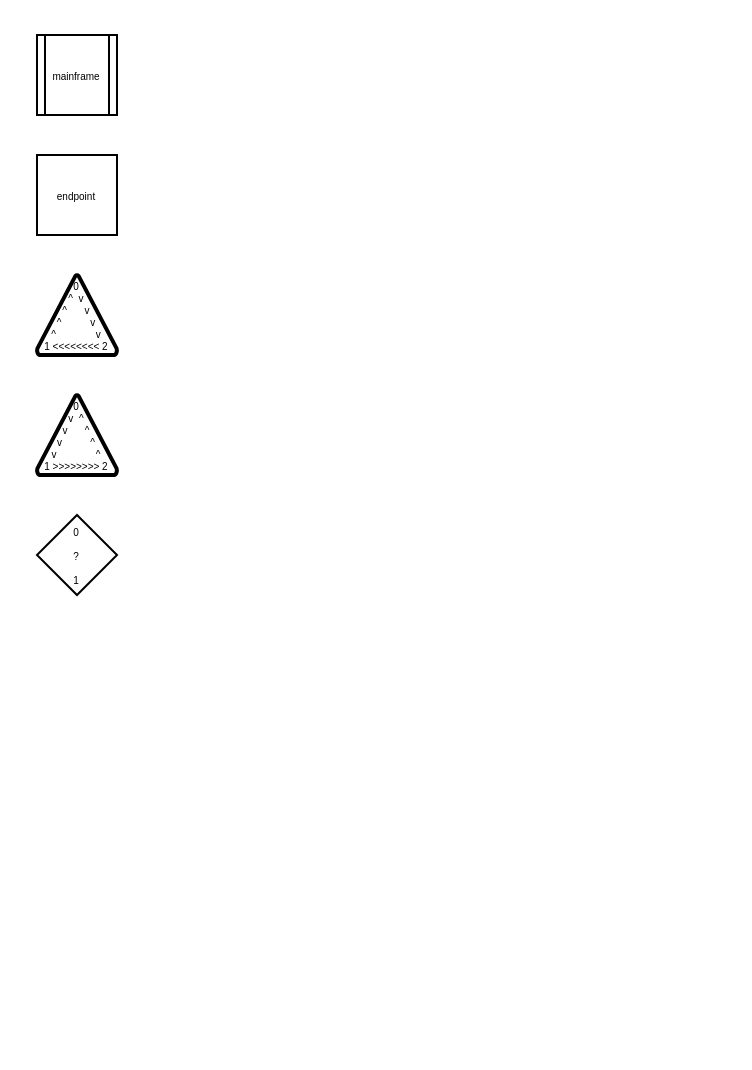
Above: tunnet_network.drawio in zgrow/misc_bucket (draw.io), before the change. Source tidied: cells renumbered, new cells numbered last; positions are measured from the earlier drawing's top-left corner, leaving out a move shared by most shapes. Both pictures are drawn from the tidied source at 200%, with x=0, y=0 at pixel (36, 34).
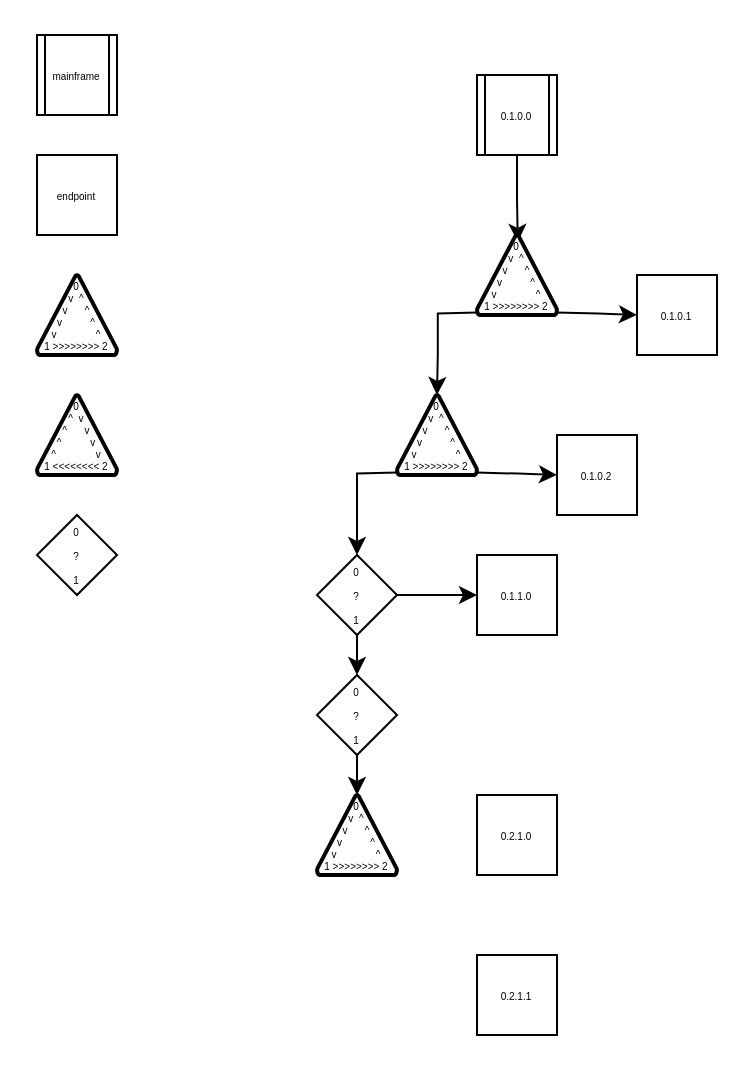
After the change.

What changed in the source:
```diff
@@
     <mxCell id="2" value="&lt;div&gt;0&lt;/div&gt;&lt;div&gt;^&amp;nbsp; v&lt;br&gt;&lt;/div&gt;&lt;div&gt;^&lt;span style=&quot;white-space: pre;&quot;&gt;&#9;&lt;/span&gt;v&lt;/div&gt;&lt;div&gt;^&lt;span style=&quot;white-space: pre;&quot;&gt;&#9;    &lt;/span&gt;v&lt;/div&gt;&lt;div&gt;^&lt;span style=&quot;white-space: pre;&quot;&gt;&#9;&lt;/span&gt;&lt;span style=&quot;white-space: pre;&quot;&gt;&#9;&lt;/span&gt;v&lt;br&gt;&lt;/div&gt;&lt;div&gt;1 &amp;lt;&amp;lt;&amp;lt;&amp;lt;&amp;lt;&amp;lt;&amp;lt;&amp;lt; 2&lt;br&gt;&lt;/div&gt;" style="strokeWidth=2;html=1;shape=mxgraph.flowchart.extract_or_measurement;whiteSpace=wrap;fontSize=5;" parent="1" vertex="1">
-      <mxGeometry y="120" width="40" height="40" as="geometry" />
+      <mxGeometry y="180" width="40" height="40" as="geometry" />
     </mxCell>
     <mxCell id="3" value="&lt;div&gt;0&lt;/div&gt;&lt;div&gt;v&amp;nbsp; ^&lt;br&gt;&lt;/div&gt;&lt;div&gt;v&lt;span style=&quot;white-space: pre;&quot;&gt;&#9;&lt;/span&gt;^&lt;/div&gt;&lt;div&gt;v&lt;span style=&quot;white-space: pre;&quot;&gt;&#9;    &lt;/span&gt;^&lt;/div&gt;&lt;div&gt;v&lt;span style=&quot;white-space: pre;&quot;&gt;&#9;&lt;/span&gt;&lt;span style=&quot;white-space: pre;&quot;&gt;&#9;&lt;/span&gt;^&lt;br&gt;&lt;/div&gt;&lt;div&gt;1 &amp;gt;&amp;gt;&amp;gt;&amp;gt;&amp;gt;&amp;gt;&amp;gt;&amp;gt; 2&lt;br&gt;&lt;/div&gt;" style="strokeWidth=2;html=1;shape=mxgraph.flowchart.extract_or_measurement;whiteSpace=wrap;fontSize=5;" parent="1" vertex="1">
-      <mxGeometry y="180" width="40" height="40" as="geometry" />
+      <mxGeometry y="120" width="40" height="40" as="geometry" />
     </mxCell>
@@
-    <mxCell id="5" value="endpoint" style="whiteSpace=wrap;html=1;fontSize=5;" parent="1" vertex="1">
-      <mxGeometry y="60" width="40" height="40" as="geometry" />
+    <mxCell id="5" value="0.1.1.0" style="whiteSpace=wrap;html=1;fontSize=5;" parent="1" vertex="1">
+      <mxGeometry x="220" y="260" width="40" height="40" as="geometry" />
     </mxCell>
-    <mxCell id="6" value="mainframe" style="shape=process;whiteSpace=wrap;html=1;backgroundOutline=1;fontSize=5;" parent="1" vertex="1">
-      <mxGeometry width="40" height="40" as="geometry" />
+    <mxCell id="6" value="0.1.0.0" style="shape=process;whiteSpace=wrap;html=1;backgroundOutline=1;fontSize=5;" parent="1" vertex="1">
+      <mxGeometry x="220" y="20" width="40" height="40" as="geometry" />
     </mxCell>
+    <mxCell id="7" value="0.1.0.2" style="whiteSpace=wrap;html=1;fontSize=5;" parent="1" vertex="1">
+      <mxGeometry x="260" y="200" width="40" height="40" as="geometry" />
+    </mxCell>
+    <mxCell id="8" value="0.1.0.1" style="whiteSpace=wrap;html=1;fontSize=5;" parent="1" vertex="1">
+      <mxGeometry x="300" y="120" width="40" height="40" as="geometry" />
+    </mxCell>
+    <mxCell id="9" value="0.2.1.0" style="whiteSpace=wrap;html=1;fontSize=5;" parent="1" vertex="1">
+      <mxGeometry x="220" y="380" width="40" height="40" as="geometry" />
+    </mxCell>
+    <mxCell id="10" value="0.2.1.1" style="whiteSpace=wrap;html=1;fontSize=5;" parent="1" vertex="1">
+      <mxGeometry x="220" y="460" width="40" height="40" as="geometry" />
+    </mxCell>
+    <mxCell id="11" value="endpoint" style="whiteSpace=wrap;html=1;fontSize=5;" parent="1" vertex="1">
+      <mxGeometry y="60" width="40" height="40" as="geometry" />
+    </mxCell>
+    <mxCell id="12" value="mainframe" style="shape=process;whiteSpace=wrap;html=1;backgroundOutline=1;fontSize=5;" parent="1" vertex="1">
+      <mxGeometry width="40" height="40" as="geometry" />
+    </mxCell>
+    <mxCell id="13" style="edgeStyle=orthogonalEdgeStyle;rounded=0;jettySize=auto;html=1;exitX=0.99;exitY=0.97;exitDx=0;exitDy=0;exitPerimeter=0;" parent="1" edge="1" target="8">
+      <mxGeometry relative="1" as="geometry">
+        <mxPoint x="259.6" y="138.8" as="sourcePoint" />
+      </mxGeometry>
+    </mxCell>
+    <mxCell id="14" style="edgeStyle=orthogonalEdgeStyle;rounded=0;jettySize=auto;html=1;entryX=0.51;entryY=0.085;entryDx=0;entryDy=0;entryPerimeter=0;" parent="1" edge="1" source="6">
+      <mxGeometry relative="1" as="geometry">
+        <mxPoint x="240.4" y="103.4" as="targetPoint" />
+      </mxGeometry>
+    </mxCell>
+    <mxCell id="15" style="edgeStyle=orthogonalEdgeStyle;rounded=0;jettySize=auto;html=1;exitX=0.99;exitY=0.97;exitDx=0;exitDy=0;exitPerimeter=0;" parent="1" edge="1" target="7">
+      <mxGeometry relative="1" as="geometry">
+        <mxPoint x="219.6" y="218.8" as="sourcePoint" />
+      </mxGeometry>
+    </mxCell>
+    <mxCell id="16" style="edgeStyle=orthogonalEdgeStyle;rounded=0;jettySize=auto;html=1;exitX=0.01;exitY=0.97;exitDx=0;exitDy=0;exitPerimeter=0;entryX=0.5;entryY=0;entryDx=0;entryDy=0;" parent="1" edge="1" target="20">
+      <mxGeometry relative="1" as="geometry">
+        <mxPoint x="180.4" y="218.8" as="sourcePoint" />
+      </mxGeometry>
+    </mxCell>
+    <mxCell id="17" style="edgeStyle=orthogonalEdgeStyle;rounded=0;orthogonalLoop=1;jettySize=auto;html=1;exitX=0.01;exitY=0.97;exitDx=0;exitDy=0;exitPerimeter=0;entryX=0.5;entryY=0;entryDx=0;entryDy=0;entryPerimeter=0;" parent="1" edge="1">
+      <mxGeometry relative="1" as="geometry">
+        <mxPoint x="220.4" y="138.8" as="sourcePoint" />
+        <mxPoint x="200" y="180" as="targetPoint" />
+      </mxGeometry>
+    </mxCell>
+    <mxCell id="18" style="edgeStyle=orthogonalEdgeStyle;rounded=0;jettySize=auto;html=1;exitX=1;exitY=0.5;exitDx=0;exitDy=0;" parent="1" edge="1" source="20" target="5">
+      <mxGeometry relative="1" as="geometry" />
+    </mxCell>
+    <mxCell id="19" style="edgeStyle=orthogonalEdgeStyle;rounded=0;jettySize=auto;html=1;exitX=0.5;exitY=1;exitDx=0;exitDy=0;entryX=0.5;entryY=0;entryDx=0;entryDy=0;" parent="1" edge="1" source="20" target="21">
+      <mxGeometry relative="1" as="geometry" />
+    </mxCell>
+    <mxCell id="20" value="&lt;div&gt;0&lt;/div&gt;&lt;div&gt;&lt;br&gt;&lt;/div&gt;&lt;div&gt;?&lt;br&gt;&lt;/div&gt;&lt;div&gt;&lt;br&gt;&lt;/div&gt;&lt;div&gt;1&lt;br&gt;&lt;/div&gt;" style="rhombus;whiteSpace=wrap;html=1;fontSize=5;" parent="1" vertex="1">
+      <mxGeometry x="140" y="260" width="40" height="40" as="geometry" />
+    </mxCell>
+    <mxCell id="21" value="&lt;div&gt;0&lt;/div&gt;&lt;div&gt;&lt;br&gt;&lt;/div&gt;&lt;div&gt;?&lt;br&gt;&lt;/div&gt;&lt;div&gt;&lt;br&gt;&lt;/div&gt;&lt;div&gt;1&lt;br&gt;&lt;/div&gt;" style="rhombus;whiteSpace=wrap;html=1;fontSize=5;" parent="1" vertex="1">
+      <mxGeometry x="140" y="320" width="40" height="40" as="geometry" />
+    </mxCell>
+    <mxCell id="22" value="&lt;div&gt;0&lt;/div&gt;&lt;div&gt;v&amp;nbsp; ^&lt;br&gt;&lt;/div&gt;&lt;div&gt;v&lt;span style=&quot;white-space: pre;&quot;&gt;&#9;&lt;/span&gt;^&lt;/div&gt;&lt;div&gt;v&lt;span style=&quot;white-space: pre;&quot;&gt;&#9;    &lt;/span&gt;^&lt;/div&gt;&lt;div&gt;v&lt;span style=&quot;white-space: pre;&quot;&gt;&#9;&lt;/span&gt;&lt;span style=&quot;white-space: pre;&quot;&gt;&#9;&lt;/span&gt;^&lt;br&gt;&lt;/div&gt;&lt;div&gt;1 &amp;gt;&amp;gt;&amp;gt;&amp;gt;&amp;gt;&amp;gt;&amp;gt;&amp;gt; 2&lt;br&gt;&lt;/div&gt;" style="strokeWidth=2;html=1;shape=mxgraph.flowchart.extract_or_measurement;whiteSpace=wrap;fontSize=5;" parent="1" vertex="1">
+      <mxGeometry x="220" y="100" width="40" height="40" as="geometry" />
+    </mxCell>
+    <mxCell id="23" value="&lt;div&gt;0&lt;/div&gt;&lt;div&gt;v&amp;nbsp; ^&lt;br&gt;&lt;/div&gt;&lt;div&gt;v&lt;span style=&quot;white-space: pre;&quot;&gt;&#9;&lt;/span&gt;^&lt;/div&gt;&lt;div&gt;v&lt;span style=&quot;white-space: pre;&quot;&gt;&#9;    &lt;/span&gt;^&lt;/div&gt;&lt;div&gt;v&lt;span style=&quot;white-space: pre;&quot;&gt;&#9;&lt;/span&gt;&lt;span style=&quot;white-space: pre;&quot;&gt;&#9;&lt;/span&gt;^&lt;br&gt;&lt;/div&gt;&lt;div&gt;1 &amp;gt;&amp;gt;&amp;gt;&amp;gt;&amp;gt;&amp;gt;&amp;gt;&amp;gt; 2&lt;br&gt;&lt;/div&gt;" style="strokeWidth=2;html=1;shape=mxgraph.flowchart.extract_or_measurement;whiteSpace=wrap;fontSize=5;" parent="1" vertex="1">
+      <mxGeometry x="180" y="180" width="40" height="40" as="geometry" />
+    </mxCell>
+    <mxCell id="24" value="&lt;div&gt;0&lt;/div&gt;&lt;div&gt;v&amp;nbsp; ^&lt;br&gt;&lt;/div&gt;&lt;div&gt;v&lt;span style=&quot;white-space: pre;&quot;&gt;&#9;&lt;/span&gt;^&lt;/div&gt;&lt;div&gt;v&lt;span style=&quot;white-space: pre;&quot;&gt;&#9;    &lt;/span&gt;^&lt;/div&gt;&lt;div&gt;v&lt;span style=&quot;white-space: pre;&quot;&gt;&#9;&lt;/span&gt;&lt;span style=&quot;white-space: pre;&quot;&gt;&#9;&lt;/span&gt;^&lt;br&gt;&lt;/div&gt;&lt;div&gt;1 &amp;gt;&amp;gt;&amp;gt;&amp;gt;&amp;gt;&amp;gt;&amp;gt;&amp;gt; 2&lt;br&gt;&lt;/div&gt;" style="strokeWidth=2;html=1;shape=mxgraph.flowchart.extract_or_measurement;whiteSpace=wrap;fontSize=5;" parent="1" vertex="1">
+      <mxGeometry x="140" y="380" width="40" height="40" as="geometry" />
+    </mxCell>
+    <mxCell id="25" style="edgeStyle=orthogonalEdgeStyle;rounded=0;jettySize=auto;html=1;exitX=0.5;exitY=1;exitDx=0;exitDy=0;entryX=0.5;entryY=0;entryDx=0;entryDy=0;entryPerimeter=0;" parent="1" edge="1" source="21" target="24">
+      <mxGeometry relative="1" as="geometry" />
+    </mxCell>
```
